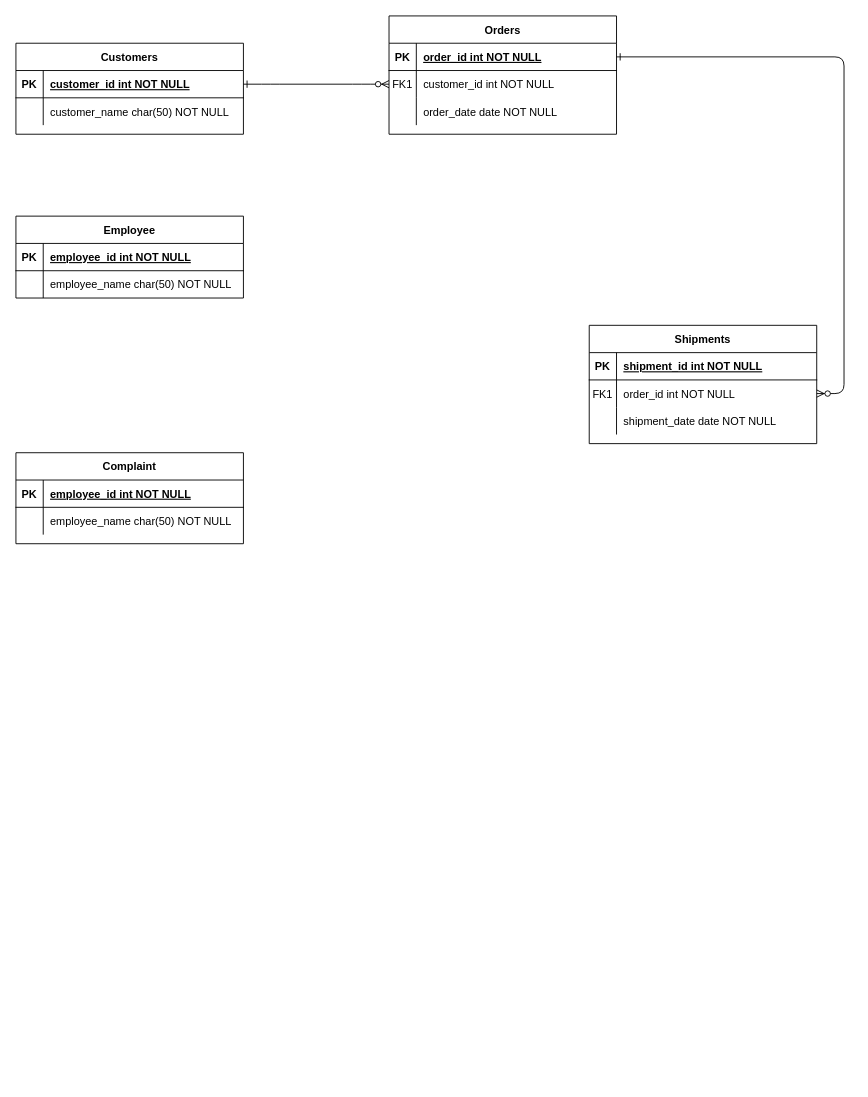
Above: Untitled Diagram.drawio in Pratyush0411/Database_CZ2007 (draw.io), before the change. Source tidied: cells renumbered, new cells numbered last; positions are measured from the earlier drawing's top-left corner, leaving out a move shared by most shapes. Both pictures are drawn from the tidied source at 91%, with x=0, y=0 at pixel (15, 15).
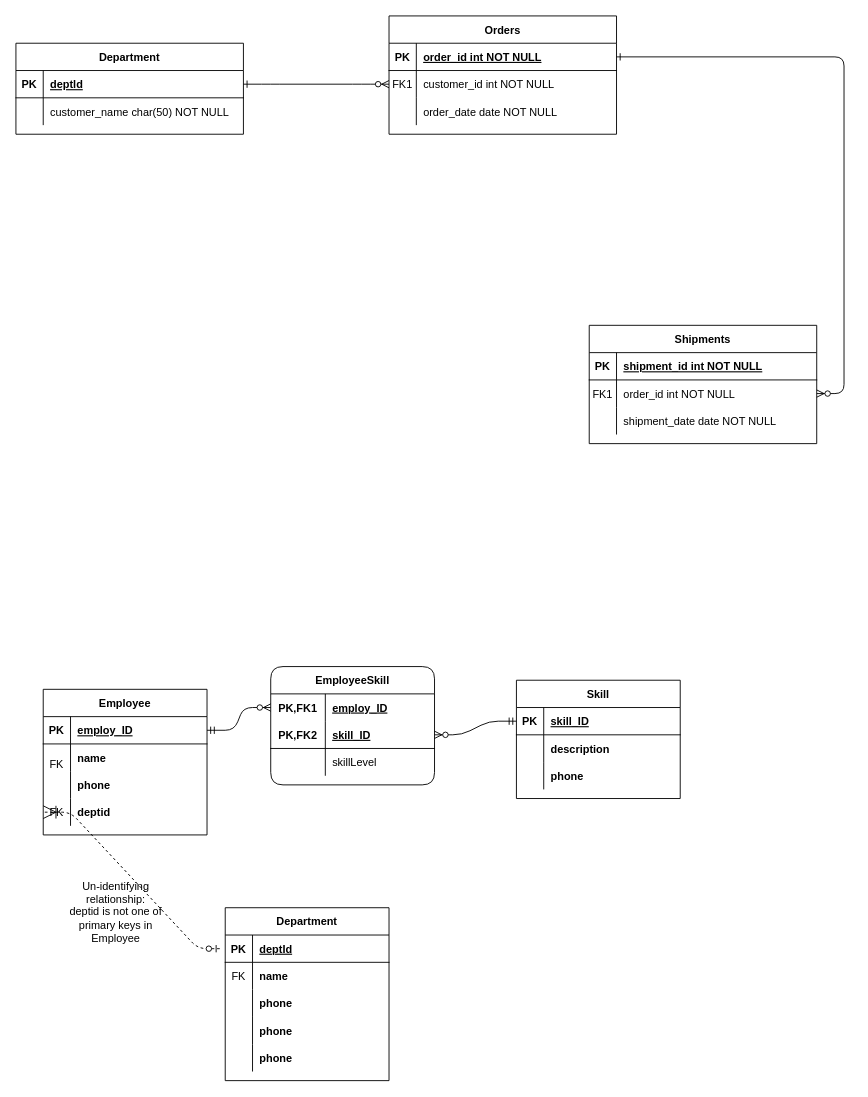
Above is the later version.

Unchanged cells that the change refers to:
```xml
<mxCell id="5" style="shape=partialRectangle;fillColor=none;points=[[0,0.5],[1,0.5]];portConstraint=eastwest;top=0;left=0;right=0;bottom=1;" parent="4" vertex="1">
  <mxGeometry y="30" width="250" height="30" as="geometry" />
</mxCell>
```

The edit, as a diff of the source:
```diff
@@
-    <mxCell id="4" value="Customers" style="shape=table;startSize=30;childLayout=tableLayout;rowLines=0;fontStyle=1;align=center;" parent="1" vertex="1">
+    <mxCell id="4" value="Department" style="shape=table;startSize=30;childLayout=tableLayout;rowLines=0;fontStyle=1;align=center;" parent="1" vertex="1">
       <mxGeometry y="30" width="250" height="100" as="geometry" />
     </mxCell>
@@
-    <mxCell id="7" value="customer_id int NOT NULL " style="shape=partialRectangle;overflow=hidden;fillColor=none;top=0;left=0;bottom=0;right=0;align=left;spacingLeft=6;fontStyle=5;" parent="5" vertex="1">
+    <mxCell id="7" value="deptld" style="shape=partialRectangle;overflow=hidden;fillColor=none;top=0;left=0;bottom=0;right=0;align=left;spacingLeft=6;fontStyle=5;" parent="5" vertex="1">
       <mxGeometry x="30" width="220" height="30" as="geometry" />
     </mxCell>
@@
-    <mxCell id="21" value="Employee" style="shape=table;startSize=30;childLayout=tableLayout;rowLines=0;fontStyle=1;align=center;" parent="1" vertex="1">
-      <mxGeometry y="220" width="250" height="90" as="geometry" />
-    </mxCell>
-    <mxCell id="22" style="shape=partialRectangle;fillColor=none;top=0;left=0;right=0;bottom=1;" parent="21" vertex="1">
-      <mxGeometry y="30" width="250" height="30" as="geometry" />
-    </mxCell>
-    <mxCell id="23" value="PK" style="shape=partialRectangle;overflow=hidden;fillColor=none;top=0;left=0;bottom=0;right=0;fontStyle=1;" parent="22" vertex="1">
-      <mxGeometry width="30" height="30" as="geometry" />
-    </mxCell>
-    <mxCell id="24" value="employee_id int NOT NULL " style="shape=partialRectangle;overflow=hidden;fillColor=none;top=0;left=0;bottom=0;right=0;align=left;spacingLeft=6;fontStyle=5;" parent="22" vertex="1">
-      <mxGeometry x="30" width="220" height="30" as="geometry" />
-    </mxCell>
-    <mxCell id="25" style="shape=partialRectangle;fillColor=none;top=0;left=0;right=0;bottom=0;" parent="21" vertex="1">
-      <mxGeometry y="60" width="250" height="30" as="geometry" />
-    </mxCell>
-    <mxCell id="26" style="shape=partialRectangle;overflow=hidden;fillColor=none;top=0;left=0;bottom=0;right=0;" parent="25" vertex="1">
-      <mxGeometry width="30" height="30" as="geometry" />
-    </mxCell>
-    <mxCell id="27" value="employee_name char(50) NOT NULL" style="shape=partialRectangle;overflow=hidden;fillColor=none;top=0;left=0;bottom=0;right=0;align=left;spacingLeft=6;" parent="25" vertex="1">
-      <mxGeometry x="30" width="220" height="30" as="geometry" />
-    </mxCell>
@@
-    <mxCell id="38" value="Complaint" style="shape=table;startSize=30;childLayout=tableLayout;rowLines=0;fontStyle=1;align=center;" parent="1" vertex="1">
-      <mxGeometry y="480" width="250" height="100" as="geometry" />
-    </mxCell>
-    <mxCell id="39" style="shape=partialRectangle;fillColor=none;top=0;left=0;right=0;bottom=1;" parent="38" vertex="1">
-      <mxGeometry y="30" width="250" height="30" as="geometry" />
-    </mxCell>
-    <mxCell id="40" value="PK" style="shape=partialRectangle;overflow=hidden;fillColor=none;top=0;left=0;bottom=0;right=0;fontStyle=1;" parent="39" vertex="1">
-      <mxGeometry width="30" height="30" as="geometry" />
-    </mxCell>
-    <mxCell id="41" value="employee_id int NOT NULL " style="shape=partialRectangle;overflow=hidden;fillColor=none;top=0;left=0;bottom=0;right=0;align=left;spacingLeft=6;fontStyle=5;" parent="39" vertex="1">
-      <mxGeometry x="30" width="220" height="30" as="geometry" />
-    </mxCell>
-    <mxCell id="42" style="shape=partialRectangle;fillColor=none;top=0;left=0;right=0;bottom=0;" parent="38" vertex="1">
-      <mxGeometry y="60" width="250" height="30" as="geometry" />
-    </mxCell>
-    <mxCell id="43" style="shape=partialRectangle;overflow=hidden;fillColor=none;top=0;left=0;bottom=0;right=0;" parent="42" vertex="1">
-      <mxGeometry width="30" height="30" as="geometry" />
-    </mxCell>
-    <mxCell id="44" value="employee_name char(50) NOT NULL" style="shape=partialRectangle;overflow=hidden;fillColor=none;top=0;left=0;bottom=0;right=0;align=left;spacingLeft=6;" parent="42" vertex="1">
-      <mxGeometry x="30" width="220" height="30" as="geometry" />
-    </mxCell>
+    <mxCell id="45" value="Department" style="shape=table;startSize=30;childLayout=tableLayout;rowLines=0;fontStyle=1;align=center;" parent="1" vertex="1">
+      <mxGeometry x="230" y="980" width="180" height="190" as="geometry" />
+    </mxCell>
+    <mxCell id="46" style="shape=partialRectangle;fillColor=none;top=0;left=0;bottom=1;right=0;points=[[0,0.5],[1,0.5]];portConstraint=eastwest;" parent="45" vertex="1">
+      <mxGeometry y="30" width="180" height="30" as="geometry" />
+    </mxCell>
+    <mxCell id="47" value="PK" style="shape=partialRectangle;fillColor=none;top=0;left=0;bottom=0;right=0;fontStyle=1;overflow=hidden;" parent="46" vertex="1">
+      <mxGeometry width="30" height="30" as="geometry" />
+    </mxCell>
+    <mxCell id="48" value="deptId" style="shape=partialRectangle;fillColor=none;top=0;left=0;bottom=0;right=0;align=left;spacingLeft=6;fontStyle=5;overflow=hidden;" parent="46" vertex="1">
+      <mxGeometry x="30" width="150" height="30" as="geometry" />
+    </mxCell>
+    <mxCell id="49" style="shape=partialRectangle;fillColor=none;top=0;left=0;bottom=0;right=0;" parent="45" vertex="1">
+      <mxGeometry y="60" width="180" height="30" as="geometry" />
+    </mxCell>
+    <mxCell id="50" value="FK" style="shape=partialRectangle;fillColor=none;top=0;left=0;bottom=0;right=0;overflow=hidden;" parent="49" vertex="1">
+      <mxGeometry width="30" height="30" as="geometry" />
+    </mxCell>
+    <mxCell id="51" value="name" style="shape=partialRectangle;fillColor=none;top=0;left=0;bottom=0;right=0;align=left;spacingLeft=6;overflow=hidden;fontStyle=1;" parent="49" vertex="1">
+      <mxGeometry x="30" width="150" height="30" as="geometry" />
+    </mxCell>
+    <mxCell id="52" style="shape=partialRectangle;fillColor=none;top=0;left=0;bottom=0;right=0;" parent="45" vertex="1">
+      <mxGeometry y="90" width="180" height="30" as="geometry" />
+    </mxCell>
+    <mxCell id="53" style="shape=partialRectangle;fillColor=none;top=0;left=0;bottom=0;right=0;overflow=hidden;" parent="52" vertex="1">
+      <mxGeometry width="30" height="30" as="geometry" />
+    </mxCell>
+    <mxCell id="54" value="phone" style="shape=partialRectangle;fillColor=none;top=0;left=0;bottom=0;right=0;align=left;spacingLeft=6;overflow=hidden;fontStyle=1;" parent="52" vertex="1">
+      <mxGeometry x="30" width="150" height="30" as="geometry" />
+    </mxCell>
+    <mxCell id="55" style="shape=partialRectangle;fillColor=none;top=0;left=0;bottom=0;right=0;" parent="45" vertex="1">
+      <mxGeometry y="120" width="180" height="30" as="geometry" />
+    </mxCell>
+    <mxCell id="56" style="shape=partialRectangle;fillColor=none;top=0;left=0;bottom=0;right=0;overflow=hidden;" parent="55" vertex="1">
+      <mxGeometry width="30" height="30" as="geometry" />
+    </mxCell>
+    <mxCell id="57" value="phone" style="shape=partialRectangle;fillColor=none;top=0;left=0;bottom=0;right=0;align=left;spacingLeft=6;overflow=hidden;fontStyle=1;" parent="55" vertex="1">
+      <mxGeometry x="30" width="150" height="30" as="geometry" />
+    </mxCell>
+    <mxCell id="58" style="shape=partialRectangle;fillColor=none;top=0;left=0;bottom=0;right=0;" parent="45" vertex="1">
+      <mxGeometry y="150" width="180" height="30" as="geometry" />
+    </mxCell>
+    <mxCell id="59" style="shape=partialRectangle;fillColor=none;top=0;left=0;bottom=0;right=0;overflow=hidden;" parent="58" vertex="1">
+      <mxGeometry width="30" height="30" as="geometry" />
+    </mxCell>
+    <mxCell id="60" value="phone" style="shape=partialRectangle;fillColor=none;top=0;left=0;bottom=0;right=0;align=left;spacingLeft=6;overflow=hidden;fontStyle=1;" parent="58" vertex="1">
+      <mxGeometry x="30" width="150" height="30" as="geometry" />
+    </mxCell>
+    <mxCell id="61" style="edgeStyle=entityRelationEdgeStyle;fontSize=12;html=1;endArrow=ERoneToMany;startArrow=ERzeroToOne;endSize=12;targetPerimeterSpacing=8;sourcePerimeterSpacing=6;entryX=0;entryY=0.5;entryDx=0;entryDy=0;dashed=1;" parent="1" edge="1" source="46" target="71">
+      <mxGeometry relative="1" as="geometry" />
+    </mxCell>
+    <mxCell id="21" value="Employee" style="shape=table;startSize=30;childLayout=tableLayout;rowLines=0;fontStyle=1;align=center;" parent="1" vertex="1">
+      <mxGeometry x="30" y="740" width="180" height="160" as="geometry" />
+    </mxCell>
+    <mxCell id="62" style="shape=partialRectangle;fillColor=none;top=0;left=0;bottom=1;right=0;points=[[0,0.5],[1,0.5]];portConstraint=eastwest;" parent="21" vertex="1">
+      <mxGeometry y="30" width="180" height="30" as="geometry" />
+    </mxCell>
+    <mxCell id="63" value="PK" style="shape=partialRectangle;fillColor=none;top=0;left=0;bottom=0;right=0;fontStyle=1;overflow=hidden;" parent="62" vertex="1">
+      <mxGeometry width="30" height="30" as="geometry" />
+    </mxCell>
+    <mxCell id="64" value="employ_ID" style="shape=partialRectangle;fillColor=none;top=0;left=0;bottom=0;right=0;align=left;spacingLeft=6;fontStyle=5;overflow=hidden;" parent="62" vertex="1">
+      <mxGeometry x="30" width="150" height="30" as="geometry" />
+    </mxCell>
+    <mxCell id="65" style="shape=partialRectangle;fillColor=none;top=0;left=0;bottom=0;right=0;" parent="21" vertex="1">
+      <mxGeometry y="60" width="180" height="30" as="geometry" />
+    </mxCell>
+    <mxCell id="66" value="&#10;FK&#10;" style="shape=partialRectangle;fillColor=none;top=0;left=0;bottom=0;right=0;overflow=hidden;" parent="65" vertex="1">
+      <mxGeometry width="30" height="30" as="geometry" />
+    </mxCell>
+    <mxCell id="67" value="name" style="shape=partialRectangle;fillColor=none;top=0;left=0;bottom=0;right=0;align=left;spacingLeft=6;overflow=hidden;fontStyle=1;" parent="65" vertex="1">
+      <mxGeometry x="30" width="150" height="30" as="geometry" />
+    </mxCell>
+    <mxCell id="68" style="shape=partialRectangle;fillColor=none;top=0;left=0;bottom=0;right=0;" parent="21" vertex="1">
+      <mxGeometry y="90" width="180" height="30" as="geometry" />
+    </mxCell>
+    <mxCell id="69" style="shape=partialRectangle;fillColor=none;top=0;left=0;bottom=0;right=0;overflow=hidden;" parent="68" vertex="1">
+      <mxGeometry width="30" height="30" as="geometry" />
+    </mxCell>
+    <mxCell id="70" value="phone" style="shape=partialRectangle;fillColor=none;top=0;left=0;bottom=0;right=0;align=left;spacingLeft=6;overflow=hidden;fontStyle=1;" parent="68" vertex="1">
+      <mxGeometry x="30" width="150" height="30" as="geometry" />
+    </mxCell>
+    <mxCell id="71" style="shape=partialRectangle;fillColor=none;top=0;left=0;bottom=0;right=0;points=[[0,0.5],[1,0.5]];portConstraint=eastwest;" parent="21" vertex="1">
+      <mxGeometry y="120" width="180" height="30" as="geometry" />
+    </mxCell>
+    <mxCell id="72" value="FK" style="shape=partialRectangle;fillColor=none;top=0;left=0;bottom=0;right=0;overflow=hidden;" parent="71" vertex="1">
+      <mxGeometry width="30" height="30" as="geometry" />
+    </mxCell>
+    <mxCell id="73" value="deptid" style="shape=partialRectangle;fillColor=none;top=0;left=0;bottom=0;right=0;align=left;spacingLeft=6;overflow=hidden;fontStyle=1;" parent="71" vertex="1">
+      <mxGeometry x="30" width="150" height="30" as="geometry" />
+    </mxCell>
+    <mxCell id="74" value="EmployeeSkill" style="shape=table;startSize=30;childLayout=tableLayout;rowLines=0;fontStyle=1;align=center;rounded=1;" parent="1" vertex="1">
+      <mxGeometry x="280" y="715" width="180" height="130" as="geometry" />
+    </mxCell>
+    <mxCell id="75" style="shape=partialRectangle;fillColor=none;top=0;left=0;bottom=0;right=0;points=[[0,0.5],[1,0.5]];portConstraint=eastwest;" parent="74" vertex="1">
+      <mxGeometry y="30" width="180" height="30" as="geometry" />
+    </mxCell>
+    <mxCell id="76" value="PK,FK1" style="shape=partialRectangle;fillColor=none;top=0;left=0;bottom=0;right=0;fontStyle=1;overflow=hidden;" parent="75" vertex="1">
+      <mxGeometry width="60" height="30" as="geometry" />
+    </mxCell>
+    <mxCell id="77" value="employ_ID" style="shape=partialRectangle;fillColor=none;top=0;left=0;bottom=0;right=0;align=left;spacingLeft=6;fontStyle=5;overflow=hidden;" parent="75" vertex="1">
+      <mxGeometry x="60" width="120" height="30" as="geometry" />
+    </mxCell>
+    <mxCell id="78" style="shape=partialRectangle;fillColor=none;top=0;left=0;bottom=1;right=0;points=[[0,0.5],[1,0.5]];portConstraint=eastwest;" parent="74" vertex="1">
+      <mxGeometry y="60" width="180" height="30" as="geometry" />
+    </mxCell>
+    <mxCell id="79" value="PK,FK2" style="shape=partialRectangle;fillColor=none;top=0;left=0;bottom=0;right=0;fontStyle=1;overflow=hidden;" parent="78" vertex="1">
+      <mxGeometry width="60" height="30" as="geometry" />
+    </mxCell>
+    <mxCell id="80" value="skill_ID" style="shape=partialRectangle;fillColor=none;top=0;left=0;bottom=0;right=0;align=left;spacingLeft=6;fontStyle=5;overflow=hidden;" parent="78" vertex="1">
+      <mxGeometry x="60" width="120" height="30" as="geometry" />
+    </mxCell>
+    <mxCell id="81" style="shape=partialRectangle;fillColor=none;top=0;left=0;bottom=0;right=0;" parent="74" vertex="1">
+      <mxGeometry y="90" width="180" height="30" as="geometry" />
+    </mxCell>
+    <mxCell id="82" style="shape=partialRectangle;fillColor=none;top=0;left=0;bottom=0;right=0;overflow=hidden;" parent="81" vertex="1">
+      <mxGeometry width="60" height="30" as="geometry" />
+    </mxCell>
+    <mxCell id="83" value="skillLevel" style="shape=partialRectangle;fillColor=none;top=0;left=0;bottom=0;right=0;align=left;spacingLeft=6;overflow=hidden;" parent="81" vertex="1">
+      <mxGeometry x="60" width="120" height="30" as="geometry" />
+    </mxCell>
+    <mxCell id="84" value="Skill" style="shape=table;startSize=30;childLayout=tableLayout;rowLines=0;fontStyle=1;align=center;" parent="1" vertex="1">
+      <mxGeometry x="550" y="730" width="180" height="130" as="geometry" />
+    </mxCell>
+    <mxCell id="85" style="shape=partialRectangle;fillColor=none;top=0;left=0;bottom=1;right=0;points=[[0,0.5],[1,0.5]];portConstraint=eastwest;" parent="84" vertex="1">
+      <mxGeometry y="30" width="180" height="30" as="geometry" />
+    </mxCell>
+    <mxCell id="86" value="PK" style="shape=partialRectangle;fillColor=none;top=0;left=0;bottom=0;right=0;fontStyle=1;overflow=hidden;" parent="85" vertex="1">
+      <mxGeometry width="30" height="30" as="geometry" />
+    </mxCell>
+    <mxCell id="87" value="skill_ID" style="shape=partialRectangle;fillColor=none;top=0;left=0;bottom=0;right=0;align=left;spacingLeft=6;fontStyle=5;overflow=hidden;" parent="85" vertex="1">
+      <mxGeometry x="30" width="150" height="30" as="geometry" />
+    </mxCell>
+    <mxCell id="88" style="shape=partialRectangle;fillColor=none;top=0;left=0;bottom=0;right=0;" parent="84" vertex="1">
+      <mxGeometry y="60" width="180" height="30" as="geometry" />
+    </mxCell>
+    <mxCell id="89" style="shape=partialRectangle;fillColor=none;top=0;left=0;bottom=0;right=0;overflow=hidden;" parent="88" vertex="1">
+      <mxGeometry width="30" height="30" as="geometry" />
+    </mxCell>
+    <mxCell id="90" value="description" style="shape=partialRectangle;fillColor=none;top=0;left=0;bottom=0;right=0;align=left;spacingLeft=6;overflow=hidden;fontStyle=1;" parent="88" vertex="1">
+      <mxGeometry x="30" width="150" height="30" as="geometry" />
+    </mxCell>
+    <mxCell id="91" style="shape=partialRectangle;fillColor=none;top=0;left=0;bottom=0;right=0;" parent="84" vertex="1">
+      <mxGeometry y="90" width="180" height="30" as="geometry" />
+    </mxCell>
+    <mxCell id="92" style="shape=partialRectangle;fillColor=none;top=0;left=0;bottom=0;right=0;overflow=hidden;" parent="91" vertex="1">
+      <mxGeometry width="30" height="30" as="geometry" />
+    </mxCell>
+    <mxCell id="93" value="phone" style="shape=partialRectangle;fillColor=none;top=0;left=0;bottom=0;right=0;align=left;spacingLeft=6;overflow=hidden;fontStyle=1;" parent="91" vertex="1">
+      <mxGeometry x="30" width="150" height="30" as="geometry" />
+    </mxCell>
+    <mxCell id="94" style="edgeStyle=entityRelationEdgeStyle;fontSize=12;html=1;endArrow=ERzeroToMany;startArrow=ERmandOne;exitX=1;exitY=0.5;exitDx=0;exitDy=0;entryX=0;entryY=0.5;entryDx=0;entryDy=0;endFill=1;" parent="1" edge="1" source="62" target="75">
+      <mxGeometry relative="1" as="geometry" />
+    </mxCell>
+    <mxCell id="95" style="edgeStyle=entityRelationEdgeStyle;fontSize=12;html=1;endArrow=ERmandOne;startArrow=ERzeroToMany;exitX=1;exitY=0.5;exitDx=0;exitDy=0;entryX=0;entryY=0.5;entryDx=0;entryDy=0;startFill=1;" parent="1" edge="1" source="78" target="85">
+      <mxGeometry relative="1" as="geometry" />
+    </mxCell>
+    <mxCell id="96" value="Un-identifying relationship:&lt;br&gt;deptid is not one of primary keys in Employee" style="text;html=1;strokeColor=none;fillColor=none;align=center;verticalAlign=middle;whiteSpace=wrap;rounded=0;" parent="1" vertex="1">
+      <mxGeometry x="50" y="970" width="120" height="30" as="geometry" />
+    </mxCell>
```
